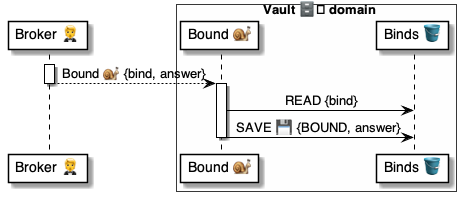
pollyweb-org/pollyweb-docs keeps this PlantUML diagram as 4 ⚙️ Solution/41 🎭 Domain Roles/Vaults 🗄️/🗄️🅰️ Vault methods/Bound 🤵🐌🗄️/🗄️ Bound ⚙️ uml.png. Above is the earlier version. Its source is kept beside it as 4 ⚙️ Solution/41 🎭 Domain Roles/Vaults 🗄️/🗄️🅰️ Vault methods/Bound 🤵🐌🗄️/🗄️ Bound ⚙️ uml.puml.
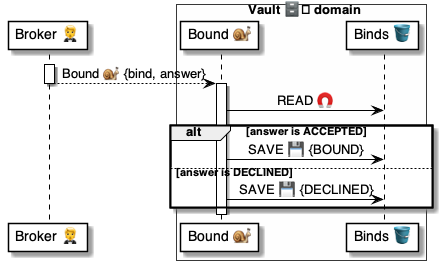
Later version of the same file.

The edit, as a diff of the source:
```diff
@@ -12,8 +12,12 @@
 deactivate broker
 
 activate vault
-    vault -> binds: READ {bind}
-    vault -> binds: SAVE 💾 {BOUND, answer}
+    vault -> binds: READ 🧲
+    alt answer is ACCEPTED
+        vault -> binds: SAVE 💾 {BOUND}
+    else answer is DECLINED
+        vault -> binds: SAVE 💾 {DECLINED}
+    end
 deactivate vault
 
 
```
